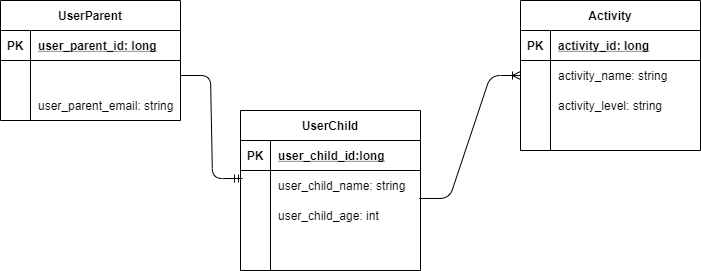
anhristian/play-numbers keeps this draw.io diagram as docs/img/erd.png. Above is the earlier version. Source tidied: cells renumbered, new cells last; positions are measured from the earlier drawing's top-left corner, leaving out a move shared by most shapes.
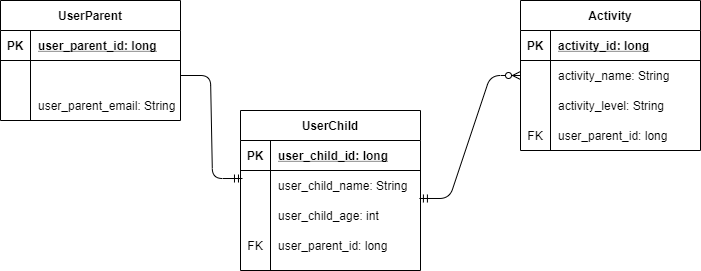
After the commit.

What changed in the source:
```diff
@@ -5,7 +5,7 @@
     <mxCell id="2" style="edgeStyle=entityRelationEdgeStyle;fontSize=12;html=1;endArrow=ERmandOne;exitX=1;exitY=0.5;exitDx=0;exitDy=0;entryX=0.011;entryY=0.267;entryDx=0;entryDy=0;entryPerimeter=0;" parent="1" edge="1" source="8" target="31">
       <mxGeometry relative="1" as="geometry" />
     </mxCell>
-    <mxCell id="3" style="edgeStyle=entityRelationEdgeStyle;fontSize=12;html=1;endArrow=ERoneToMany;exitX=0.994;exitY=-0.067;exitDx=0;exitDy=0;exitPerimeter=0;entryX=0;entryY=0.5;entryDx=0;entryDy=0;" parent="1" edge="1" source="34" target="18">
+    <mxCell id="3" style="edgeStyle=entityRelationEdgeStyle;fontSize=12;html=1;endArrow=ERzeroToMany;exitX=0.994;exitY=-0.067;exitDx=0;exitDy=0;exitPerimeter=0;entryX=0;entryY=0.5;entryDx=0;entryDy=0;endFill=1;startArrow=ERmandOne;startFill=0;" parent="1" edge="1" source="34" target="18">
       <mxGeometry relative="1" as="geometry" />
     </mxCell>
     <mxCell id="4" value="UserParent" style="shape=table;startSize=30;rowLines=0;fontStyle=1;align=center;" parent="1" vertex="1">
@@ -35,7 +35,7 @@
     <mxCell id="12" style="shape=partialRectangle;fillColor=none;top=0;left=0;bottom=0;right=0;overflow=hidden;" parent="11" vertex="1">
       <mxGeometry width="30" height="30" as="geometry" />
     </mxCell>
-    <mxCell id="13" value="user_parent_email: string" style="shape=partialRectangle;fillColor=none;top=0;left=0;bottom=0;right=0;align=left;spacingLeft=6;overflow=hidden;" parent="11" vertex="1">
+    <mxCell id="13" value="user_parent_email: String" style="shape=partialRectangle;fillColor=none;top=0;left=0;bottom=0;right=0;align=left;spacingLeft=6;overflow=hidden;" parent="11" vertex="1">
       <mxGeometry x="30" width="150" height="30" as="geometry" />
     </mxCell>
     <mxCell id="14" value="Activity" style="shape=table;startSize=30;rowLines=0;fontStyle=1;align=center;" parent="1" vertex="1">
@@ -56,7 +56,7 @@
     <mxCell id="19" style="shape=partialRectangle;fillColor=none;top=0;left=0;bottom=0;right=0;overflow=hidden;" parent="18" vertex="1">
       <mxGeometry width="30" height="30" as="geometry" />
     </mxCell>
-    <mxCell id="20" value="activity_name: string" style="shape=partialRectangle;fillColor=none;top=0;left=0;bottom=0;right=0;align=left;spacingLeft=6;overflow=hidden;" parent="18" vertex="1">
+    <mxCell id="20" value="activity_name: String" style="shape=partialRectangle;fillColor=none;top=0;left=0;bottom=0;right=0;align=left;spacingLeft=6;overflow=hidden;" parent="18" vertex="1">
       <mxGeometry x="30" width="150" height="30" as="geometry" />
     </mxCell>
     <mxCell id="21" style="shape=partialRectangle;fillColor=none;top=0;left=0;bottom=0;right=0;" parent="14" vertex="1">
@@ -65,16 +65,16 @@
     <mxCell id="22" style="shape=partialRectangle;fillColor=none;top=0;left=0;bottom=0;right=0;overflow=hidden;" parent="21" vertex="1">
       <mxGeometry width="30" height="30" as="geometry" />
     </mxCell>
-    <mxCell id="23" value="activity_level: string" style="shape=partialRectangle;fillColor=none;top=0;left=0;bottom=0;right=0;align=left;spacingLeft=6;overflow=hidden;" parent="21" vertex="1">
+    <mxCell id="23" value="activity_level: String" style="shape=partialRectangle;fillColor=none;top=0;left=0;bottom=0;right=0;align=left;spacingLeft=6;overflow=hidden;" parent="21" vertex="1">
       <mxGeometry x="30" width="150" height="30" as="geometry" />
     </mxCell>
     <mxCell id="24" style="shape=partialRectangle;fillColor=none;top=0;left=0;bottom=0;right=0;" parent="14" vertex="1">
       <mxGeometry y="120" width="180" height="30" as="geometry" />
     </mxCell>
-    <mxCell id="25" style="shape=partialRectangle;fillColor=none;top=0;left=0;bottom=0;right=0;overflow=hidden;" parent="24" vertex="1">
+    <mxCell id="25" value="FK" style="shape=partialRectangle;fillColor=none;top=0;left=0;bottom=0;right=0;overflow=hidden;" parent="24" vertex="1">
       <mxGeometry width="30" height="30" as="geometry" />
     </mxCell>
-    <mxCell id="26" style="shape=partialRectangle;fillColor=none;top=0;left=0;bottom=0;right=0;align=left;spacingLeft=6;overflow=hidden;" parent="24" vertex="1">
+    <mxCell id="26" value="user_parent_id: long" style="shape=partialRectangle;fillColor=none;top=0;left=0;bottom=0;right=0;align=left;spacingLeft=6;overflow=hidden;" parent="24" vertex="1">
       <mxGeometry x="30" width="150" height="30" as="geometry" />
     </mxCell>
     <mxCell id="27" value="UserChild" style="shape=table;startSize=30;rowLines=0;fontStyle=1;align=center;" parent="1" vertex="1">
@@ -86,7 +86,7 @@
     <mxCell id="29" value="PK" style="shape=partialRectangle;fillColor=none;top=0;left=0;bottom=0;right=0;fontStyle=1;overflow=hidden;" parent="28" vertex="1">
       <mxGeometry width="30" height="30" as="geometry" />
     </mxCell>
-    <mxCell id="30" value="user_child_id:long" style="shape=partialRectangle;fillColor=none;top=0;left=0;bottom=0;right=0;align=left;spacingLeft=6;fontStyle=5;overflow=hidden;" parent="28" vertex="1">
+    <mxCell id="30" value="user_child_id: long" style="shape=partialRectangle;fillColor=none;top=0;left=0;bottom=0;right=0;align=left;spacingLeft=6;fontStyle=5;overflow=hidden;" parent="28" vertex="1">
       <mxGeometry x="30" width="150" height="30" as="geometry" />
     </mxCell>
     <mxCell id="31" style="shape=partialRectangle;fillColor=none;top=0;left=0;bottom=0;right=0;points=[[0,0.5],[1,0.5]];portConstraint=eastwest;" parent="27" vertex="1">
@@ -95,7 +95,7 @@
     <mxCell id="32" style="shape=partialRectangle;fillColor=none;top=0;left=0;bottom=0;right=0;overflow=hidden;" parent="31" vertex="1">
       <mxGeometry width="30" height="30" as="geometry" />
     </mxCell>
-    <mxCell id="33" value="user_child_name: string" style="shape=partialRectangle;fillColor=none;top=0;left=0;bottom=0;right=0;align=left;spacingLeft=6;overflow=hidden;" parent="31" vertex="1">
+    <mxCell id="33" value="user_child_name: String" style="shape=partialRectangle;fillColor=none;top=0;left=0;bottom=0;right=0;align=left;spacingLeft=6;overflow=hidden;" parent="31" vertex="1">
       <mxGeometry x="30" width="150" height="30" as="geometry" />
     </mxCell>
     <mxCell id="34" style="shape=partialRectangle;fillColor=none;top=0;left=0;bottom=0;right=0;points=[[0,0.5],[1,0.5]];portConstraint=eastwest;" parent="27" vertex="1">
@@ -110,10 +110,10 @@
     <mxCell id="37" style="shape=partialRectangle;fillColor=none;top=0;left=0;bottom=0;right=0;" parent="27" vertex="1">
       <mxGeometry y="120" width="180" height="30" as="geometry" />
     </mxCell>
-    <mxCell id="38" style="shape=partialRectangle;fillColor=none;top=0;left=0;bottom=0;right=0;overflow=hidden;" parent="37" vertex="1">
+    <mxCell id="38" value="FK" style="shape=partialRectangle;fillColor=none;top=0;left=0;bottom=0;right=0;overflow=hidden;" parent="37" vertex="1">
       <mxGeometry width="30" height="30" as="geometry" />
     </mxCell>
-    <mxCell id="39" style="shape=partialRectangle;fillColor=none;top=0;left=0;bottom=0;right=0;align=left;spacingLeft=6;overflow=hidden;" parent="37" vertex="1">
+    <mxCell id="39" value="user_parent_id: long" style="shape=partialRectangle;fillColor=none;top=0;left=0;bottom=0;right=0;align=left;spacingLeft=6;overflow=hidden;" parent="37" vertex="1">
       <mxGeometry x="30" width="150" height="30" as="geometry" />
     </mxCell>
   </root>
```
